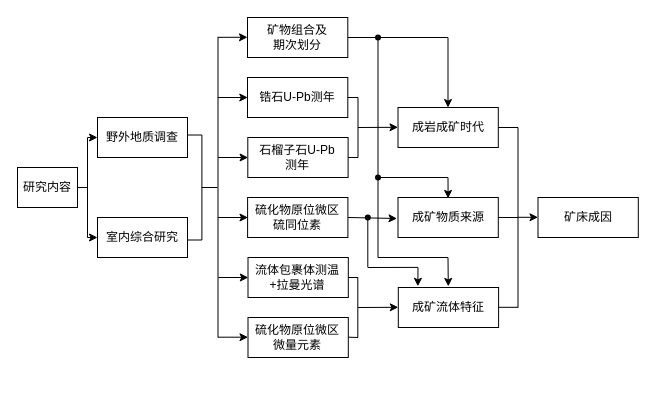
Before: 未命名绘图.drawio in dp0qb/document_img, a draw.io diagram. Source tidied: cells renumbered, new cells numbered last; positions are measured from the earlier drawing's top-left corner, leaving out a move shared by most shapes. Both pictures are drawn from the tidied source at 100%, with x=0, y=0 at pixel (17, 17).
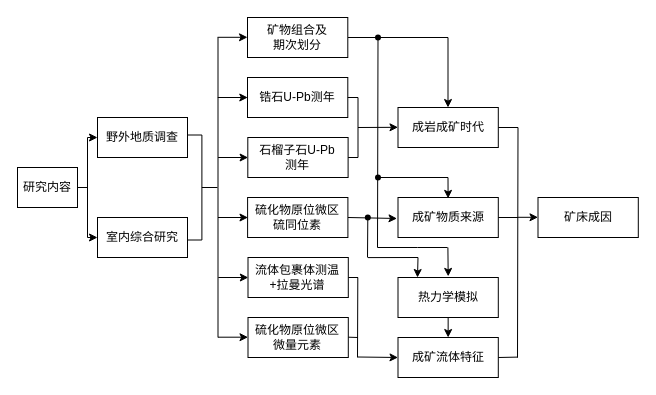
The same diagram, later.

Commit message:
更新未命名绘图.drawio

Unchanged cells that the change refers to:
```xml
<mxCell id="54" style="shape=waypoint;sketch=0;fillStyle=solid;size=6;points=[];fillColor=none;perimeter=centerPerimeter;snapToPoint=1;" parent="1" vertex="1">
  <mxGeometry x="350.5" y="10" width="20" height="20" as="geometry" />
</mxCell>
<mxCell id="55" style="shape=waypoint;sketch=0;fillStyle=solid;size=6;points=[];fillColor=none;perimeter=centerPerimeter;snapToPoint=1;" parent="1" vertex="1">
  <mxGeometry x="340.3" y="190" width="20" height="20" as="geometry" />
</mxCell>
```

Change to the diagram source:
```diff
@@
-    <mxCell id="24" style="endArrow=classic;html=1;rounded=0;" parent="1" edge="1">
-      <mxGeometry relative="1" as="geometry">
-        <mxPoint x="340.5" y="290" as="sourcePoint" />
-        <mxPoint x="380.8" y="289.8" as="targetPoint" />
-      </mxGeometry>
-    </mxCell>
     <mxCell id="25" value="成矿流体特征" style="rounded=0;whiteSpace=wrap;html=1;" parent="1" vertex="1">
-      <mxGeometry x="380.8" y="270" width="100.3" height="40" as="geometry" />
+      <mxGeometry x="380.5" y="320" width="100.3" height="40" as="geometry" />
     </mxCell>
@@
     <mxCell id="28" style="endArrow=none;html=1;rounded=0;" parent="1" edge="1">
       <mxGeometry relative="1" as="geometry">
-        <mxPoint x="500.5" y="290" as="sourcePoint" />
+        <mxPoint x="500" y="340" as="sourcePoint" />
         <mxPoint x="500.5" y="110" as="targetPoint" />
       </mxGeometry>
     </mxCell>
@@
-    <mxCell id="31" style="endArrow=none;html=1;rounded=0;" parent="1" edge="1">
+    <mxCell id="31" style="endArrow=none;html=1;rounded=0;exitX=1;exitY=0.5;exitDx=0;exitDy=0;" parent="1" edge="1" source="25">
       <mxGeometry relative="1" as="geometry">
-        <mxPoint x="481.1" y="289.8" as="sourcePoint" />
-        <mxPoint x="500.8" y="289.8" as="targetPoint" />
+        <mxPoint x="500.5" y="339.6" as="targetPoint" />
       </mxGeometry>
     </mxCell>
@@
     <mxCell id="37" style="endArrow=none;html=1;rounded=0;" parent="1" edge="1">
       <mxGeometry relative="1" as="geometry">
-        <mxPoint x="340.3" y="320" as="sourcePoint" />
+        <mxPoint x="340" y="340" as="sourcePoint" />
         <mxPoint x="340.3" y="260" as="targetPoint" />
       </mxGeometry>
     </mxCell>
@@
     <mxCell id="46" style="endArrow=none;html=1;rounded=0;" parent="1" edge="1" source="55">
       <mxGeometry relative="1" as="geometry">
-        <mxPoint x="350.3" y="250" as="targetPoint" />
+        <mxPoint x="350" y="240" as="targetPoint" />
       </mxGeometry>
     </mxCell>
     <mxCell id="47" style="endArrow=none;html=1;rounded=0;" parent="1" edge="1">
       <mxGeometry relative="1" as="geometry">
-        <mxPoint x="350.5" y="250" as="sourcePoint" />
-        <mxPoint x="400.5" y="249.9" as="targetPoint" />
+        <mxPoint x="350.5" y="240.1" as="sourcePoint" />
+        <mxPoint x="400.5" y="240" as="targetPoint" />
       </mxGeometry>
     </mxCell>
-    <mxCell id="48" style="endArrow=classic;html=1;rounded=0;entryX=0.195;entryY=-0.03;entryDx=0;entryDy=0;entryPerimeter=0;" parent="1" edge="1" target="25">
+    <mxCell id="48" style="endArrow=classic;html=1;rounded=0;" parent="1" edge="1">
       <mxGeometry relative="1" as="geometry">
-        <mxPoint x="400.5" y="250" as="sourcePoint" />
+        <mxPoint x="400.5" y="240" as="sourcePoint" />
+        <mxPoint x="400" y="260" as="targetPoint" />
       </mxGeometry>
     </mxCell>
     <mxCell id="49" style="endArrow=none;html=1;rounded=0;" parent="1" edge="1">
       <mxGeometry relative="1" as="geometry">
-        <mxPoint x="360.5" y="240" as="sourcePoint" />
-        <mxPoint x="430.5" y="240" as="targetPoint" />
+        <mxPoint x="360" y="230" as="sourcePoint" />
+        <mxPoint x="430" y="230" as="targetPoint" />
+        <Array as="points">
+          <mxPoint x="400" y="230" />
+        </Array>
       </mxGeometry>
     </mxCell>
     <mxCell id="50" style="endArrow=classic;html=1;rounded=0;entryX=0.399;entryY=-0.028;entryDx=0;entryDy=0;entryPerimeter=0;" parent="1" edge="1">
       <mxGeometry relative="1" as="geometry">
-        <mxPoint x="430.5" y="240" as="sourcePoint" />
-        <mxPoint x="430.8" y="268.9" as="targetPoint" />
+        <mxPoint x="430.4" y="230" as="sourcePoint" />
+        <mxPoint x="430.7" y="258.9" as="targetPoint" />
       </mxGeometry>
     </mxCell>
@@
     <mxCell id="53" style="endArrow=none;html=1;rounded=0;" parent="1" edge="1" target="54">
       <mxGeometry relative="1" as="geometry">
-        <mxPoint x="360.5" y="240" as="sourcePoint" />
+        <mxPoint x="360" y="230" as="sourcePoint" />
       </mxGeometry>
     </mxCell>
@@
+    <mxCell id="56" value="热力学模拟" style="rounded=0;whiteSpace=wrap;html=1;" parent="1" vertex="1">
+      <mxGeometry x="380.5" y="260" width="100.3" height="40" as="geometry" />
+    </mxCell>
+    <mxCell id="57" style="endArrow=classic;html=1;rounded=0;entryX=0.5;entryY=0;entryDx=0;entryDy=0;exitX=0.5;exitY=1;exitDx=0;exitDy=0;" parent="1" edge="1" source="56" target="25">
+      <mxGeometry relative="1" as="geometry" />
+    </mxCell>
+    <mxCell id="58" style="endArrow=classic;html=1;rounded=0;exitX=1;exitY=0.5;exitDx=0;exitDy=0;entryX=0;entryY=0.5;entryDx=0;entryDy=0;" parent="1" edge="1" target="25">
+      <mxGeometry relative="1" as="geometry">
+        <mxPoint x="340.3" y="339.5" as="sourcePoint" />
+      </mxGeometry>
+    </mxCell>
```
